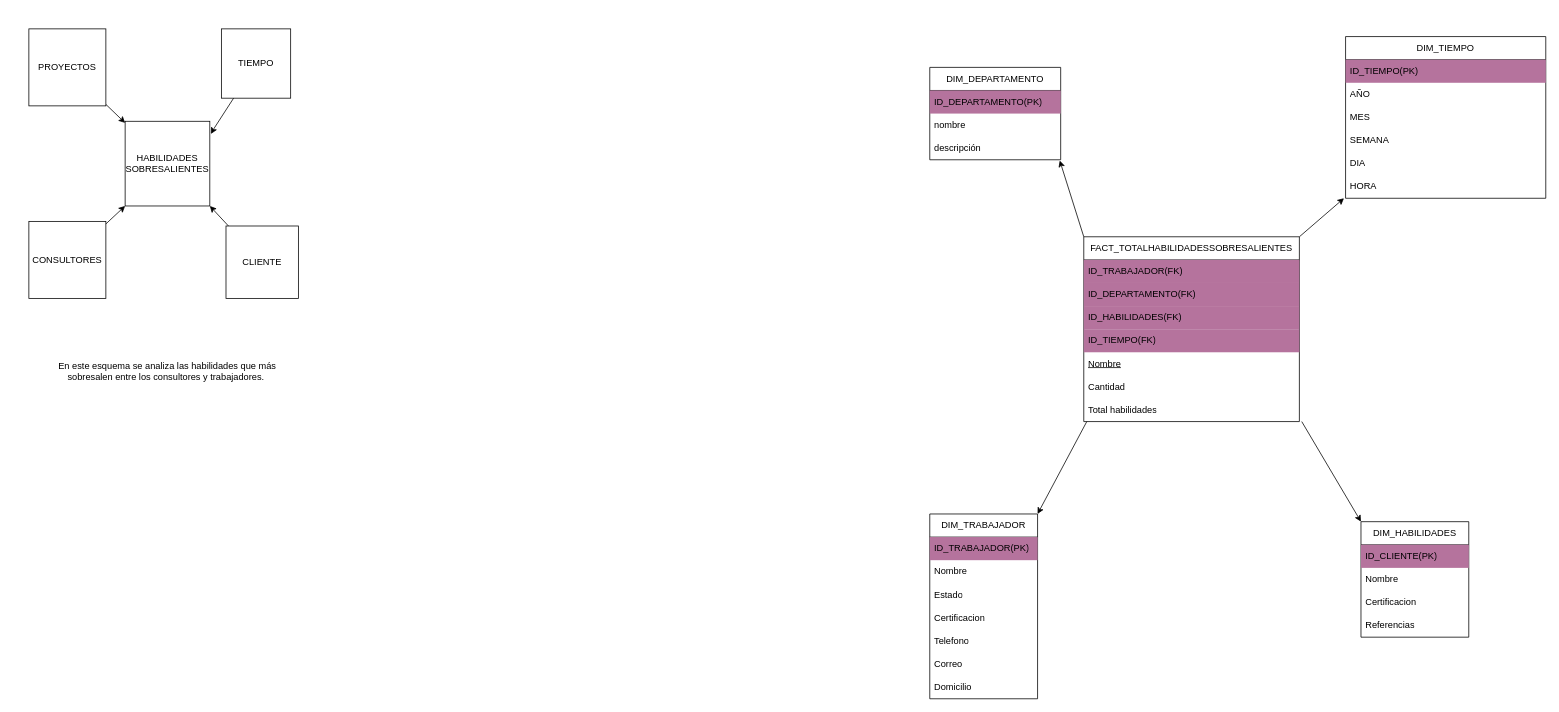
Above: page "Esquema 2" (2 of 3) of Diagrama sin título.drawio in itslourdes/lourdesvaca (draw.io), before the change. Source tidied: cells renumbered, new cells numbered last; positions are measured from the earlier drawing's top-left corner, leaving out a move shared by most shapes. Both pictures are drawn from the tidied source at 77%, with x=0, y=0 at pixel (28, 28).
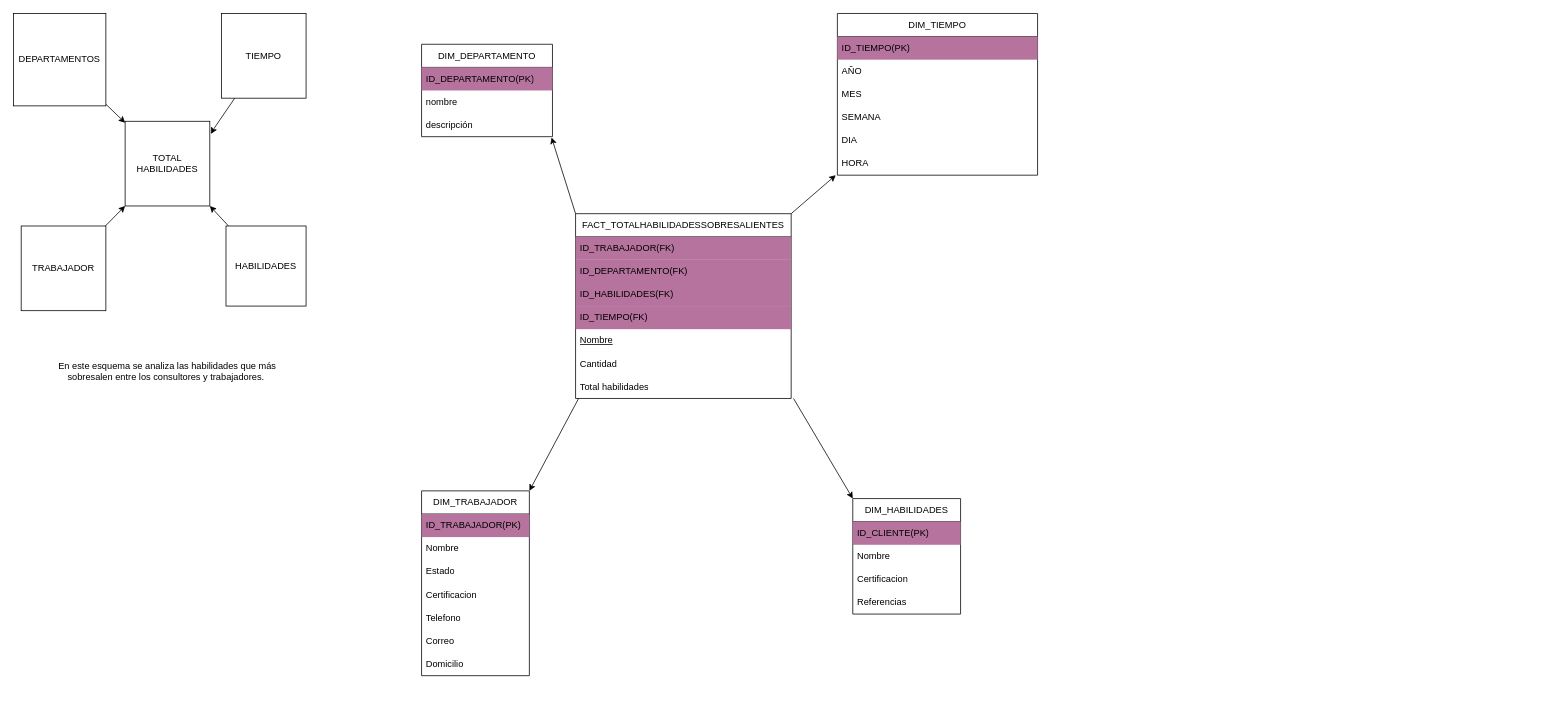
Above is the later version.

Change to the diagram source:
```diff
@@
-    <mxCell id="2" value="HABILIDADES SOBRESALIENTES" style="whiteSpace=wrap;html=1;" parent="1" vertex="1">
+    <mxCell id="2" value="TOTAL HABILIDADES" style="whiteSpace=wrap;html=1;" parent="1" vertex="1">
       <mxGeometry x="125" y="120" width="110" height="110" as="geometry" />
     </mxCell>
     <mxCell id="3" value="TIEMPO" style="whiteSpace=wrap;html=1;" parent="1" vertex="1">
-      <mxGeometry x="250" width="90" height="90" as="geometry" />
+      <mxGeometry x="250" y="-20" width="110" height="110" as="geometry" />
     </mxCell>
-    <mxCell id="4" value="CLIENTE" style="whiteSpace=wrap;html=1;" parent="1" vertex="1">
-      <mxGeometry x="256" y="256" width="94" height="94" as="geometry" />
+    <mxCell id="4" value="HABILIDADES" style="whiteSpace=wrap;html=1;" parent="1" vertex="1">
+      <mxGeometry x="256" y="256" width="104" height="104" as="geometry" />
     </mxCell>
@@
-    <mxCell id="6" value="PROYECTOS" style="whiteSpace=wrap;html=1;" parent="1" vertex="1">
-      <mxGeometry width="100" height="100" as="geometry" />
+    <mxCell id="6" value="DEPARTAMENTOS" style="whiteSpace=wrap;html=1;" parent="1" vertex="1">
+      <mxGeometry x="-20" y="-20" width="120" height="120" as="geometry" />
     </mxCell>
-    <mxCell id="7" value="CONSULTORES" style="whiteSpace=wrap;html=1;" parent="1" vertex="1">
-      <mxGeometry y="250" width="100" height="100" as="geometry" />
+    <mxCell id="7" value="TRABAJADOR" style="whiteSpace=wrap;html=1;" parent="1" vertex="1">
+      <mxGeometry x="-10" y="256" width="110" height="110" as="geometry" />
     </mxCell>
@@
     <mxCell id="12" value="FACT_TOTALHABILIDADESSOBRESALIENTES" style="swimlane;fontStyle=0;horizontal=1;startSize=30;whiteSpace=wrap;html=1;" parent="1" vertex="1">
-      <mxGeometry x="1370" y="270" width="280" height="240" as="geometry" />
+      <mxGeometry x="710" y="240" width="280" height="240" as="geometry" />
     </mxCell>
@@
     <mxCell id="20" value="DIM_TIEMPO" style="swimlane;fontStyle=0;horizontal=1;startSize=30;whiteSpace=wrap;html=1;" parent="1" vertex="1">
-      <mxGeometry x="1710" y="10" width="260" height="210" as="geometry" />
+      <mxGeometry x="1050" y="-20" width="260" height="210" as="geometry" />
     </mxCell>
@@
     <mxCell id="27" value="DIM_HABILIDADES" style="swimlane;fontStyle=0;horizontal=1;startSize=30;whiteSpace=wrap;html=1;" parent="1" vertex="1">
-      <mxGeometry x="1730" y="640" width="140" height="150" as="geometry" />
+      <mxGeometry x="1070" y="610" width="140" height="150" as="geometry" />
     </mxCell>
@@
     <mxCell id="32" value="DIM_TRABAJADOR" style="swimlane;fontStyle=0;horizontal=1;startSize=30;whiteSpace=wrap;html=1;" parent="1" vertex="1">
-      <mxGeometry x="1170" y="630" width="140" height="240" as="geometry" />
+      <mxGeometry x="510" y="600" width="140" height="240" as="geometry" />
     </mxCell>
@@
     <mxCell id="40" value="DIM_DEPARTAMENTO" style="swimlane;fontStyle=0;horizontal=1;startSize=30;whiteSpace=wrap;html=1;" parent="1" vertex="1">
-      <mxGeometry x="1170" y="50" width="170" height="120" as="geometry" />
+      <mxGeometry x="510" y="20" width="170" height="120" as="geometry" />
     </mxCell>
```
